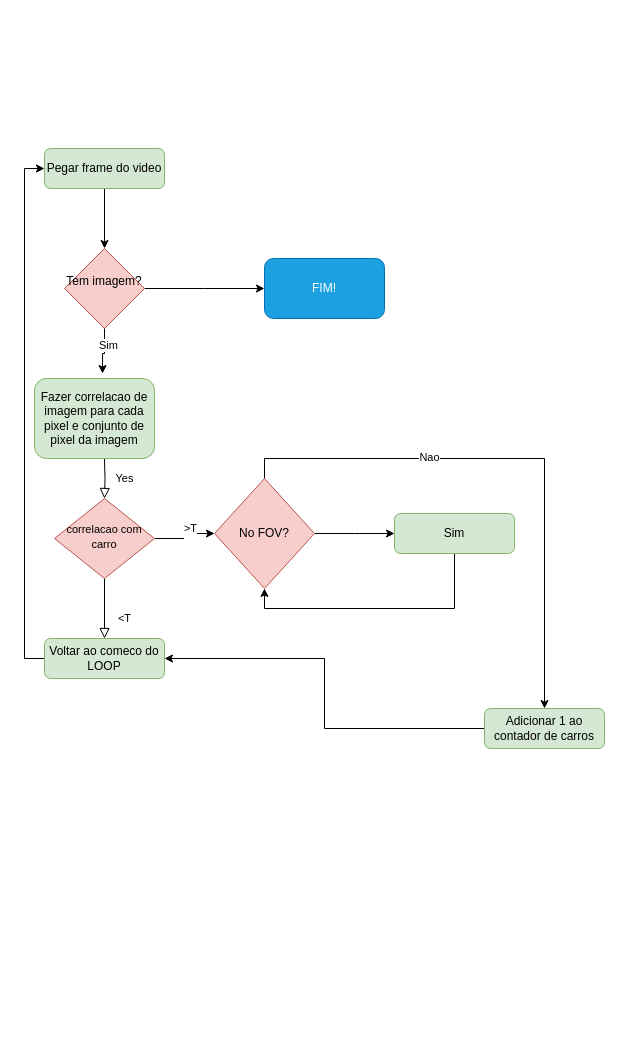
Before: sistemasEmbarcados/Resumo do Trabalho Final/Untitled Diagram.drawio in IFFluminense/Robson, a draw.io diagram. Source tidied: cells renumbered, new cells numbered last; positions are measured from the earlier drawing's top-left corner, leaving out a move shared by most shapes. Both pictures are drawn from the tidied source at 100%, with x=0, y=0 at pixel (34, 148).
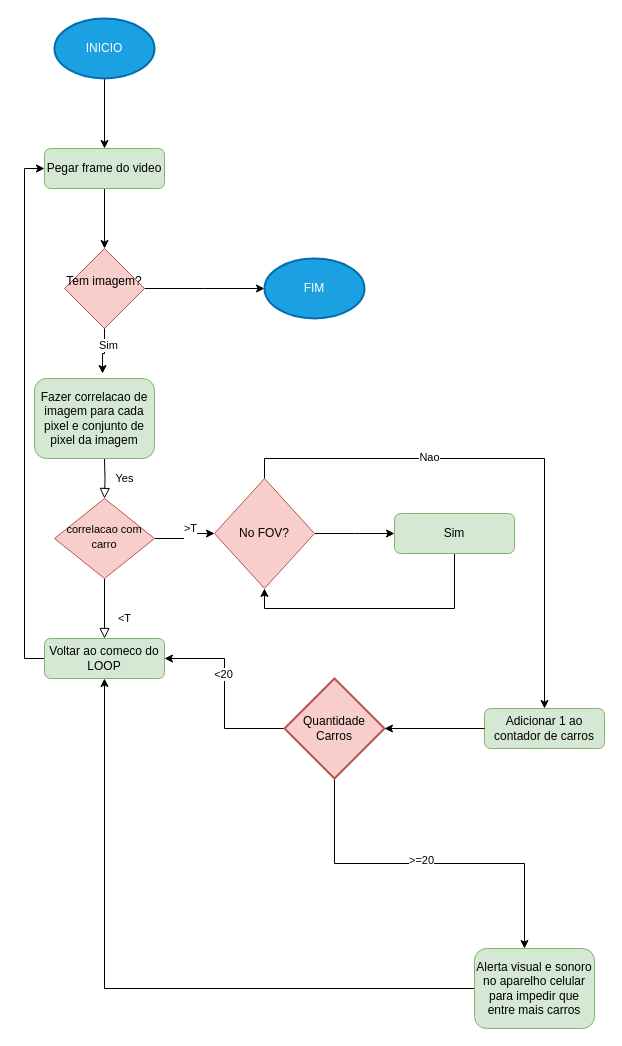
After the change.

Unchanged cells that the change refers to:
```xml
<mxCell id="3" value="Pegar frame do video" style="rounded=1;whiteSpace=wrap;html=1;fontSize=12;glass=0;strokeWidth=1;shadow=0;fillColor=#d5e8d4;strokeColor=#82b366;" parent="1" vertex="1">
  <mxGeometry x="10" width="120" height="40" as="geometry" />
</mxCell>
<mxCell id="12" value="Voltar ao comeco do LOOP" style="rounded=1;whiteSpace=wrap;html=1;fontSize=12;glass=0;strokeWidth=1;shadow=0;fillColor=#d5e8d4;strokeColor=#82b366;" parent="1" vertex="1">
  <mxGeometry x="10" y="490" width="120" height="40" as="geometry" />
</mxCell>
<mxCell id="19" value="Adicionar 1 ao contador de carros" style="rounded=1;whiteSpace=wrap;html=1;fontSize=12;glass=0;strokeWidth=1;shadow=0;fillColor=#d5e8d4;strokeColor=#82b366;" parent="1" vertex="1">
  <mxGeometry x="450" y="560" width="120" height="40" as="geometry" />
</mxCell>
```

Diff of the diagram source:
```diff
@@
-    <mxCell id="18" style="edgeStyle=orthogonalEdgeStyle;rounded=0;jettySize=auto;html=1;entryX=1;entryY=0.5;entryDx=0;entryDy=0;" parent="1" edge="1" source="19" target="12">
-      <mxGeometry relative="1" as="geometry" />
-    </mxCell>
@@
-    <mxCell id="24" value="FIM!" style="rounded=1;whiteSpace=wrap;html=1;fillColor=#1ba1e2;fontColor=#ffffff;strokeColor=#006EAF;" parent="1" vertex="1">
-      <mxGeometry x="230" y="110" width="120" height="60" as="geometry" />
-    </mxCell>
+    <mxCell id="25" value="&lt;div&gt;FIM&lt;/div&gt;" style="strokeWidth=2;html=1;shape=mxgraph.flowchart.start_1;whiteSpace=wrap;fillColor=#1ba1e2;fontColor=#ffffff;strokeColor=#006EAF;" parent="1" vertex="1">
+      <mxGeometry x="230" y="110" width="100" height="60" as="geometry" />
+    </mxCell>
+    <mxCell id="26" style="edgeStyle=orthogonalEdgeStyle;rounded=0;jettySize=auto;html=1;entryX=0.5;entryY=0;entryDx=0;entryDy=0;" parent="1" edge="1" source="27" target="3">
+      <mxGeometry relative="1" as="geometry" />
+    </mxCell>
+    <mxCell id="27" value="&lt;div&gt;INICIO&lt;/div&gt;" style="strokeWidth=2;html=1;shape=mxgraph.flowchart.start_1;whiteSpace=wrap;fillColor=#1ba1e2;fontColor=#ffffff;strokeColor=#006EAF;" parent="1" vertex="1">
+      <mxGeometry x="20" y="-130" width="100" height="60" as="geometry" />
+    </mxCell>
+    <mxCell id="28" style="edgeStyle=orthogonalEdgeStyle;rounded=0;jettySize=auto;html=1;entryX=1;entryY=0.5;entryDx=0;entryDy=0;" parent="1" edge="1" source="32" target="12">
+      <mxGeometry relative="1" as="geometry" />
+    </mxCell>
+    <mxCell id="29" value="&amp;lt;20" style="edgeLabel;html=1;align=center;verticalAlign=middle;" parent="28" vertex="1">
+      <mxGeometry x="0.21" y="2" relative="1" as="geometry" />
+    </mxCell>
+    <mxCell id="30" style="edgeStyle=orthogonalEdgeStyle;rounded=0;jettySize=auto;html=1;" parent="1" edge="1" source="32">
+      <mxGeometry relative="1" as="geometry">
+        <mxPoint x="490" y="800" as="targetPoint" />
+        <Array as="points">
+          <mxPoint x="300" y="715" />
+          <mxPoint x="490" y="715" />
+          <mxPoint x="490" y="800" />
+        </Array>
+      </mxGeometry>
+    </mxCell>
+    <mxCell id="31" value="&amp;gt;=20" style="edgeLabel;html=1;align=center;verticalAlign=middle;" parent="30" vertex="1">
+      <mxGeometry x="-0.05" y="4" relative="1" as="geometry" />
+    </mxCell>
+    <mxCell id="32" value="&lt;div&gt;Quantidade&lt;/div&gt;&lt;div&gt;Carros&lt;br&gt;&lt;/div&gt;" style="strokeWidth=2;html=1;shape=mxgraph.flowchart.decision;whiteSpace=wrap;fillColor=#f8cecc;strokeColor=#b85450;" parent="1" vertex="1">
+      <mxGeometry x="250" y="530" width="100" height="100" as="geometry" />
+    </mxCell>
+    <mxCell id="33" style="edgeStyle=orthogonalEdgeStyle;rounded=0;jettySize=auto;html=1;entryX=1;entryY=0.5;entryDx=0;entryDy=0;entryPerimeter=0;" parent="1" edge="1" source="19" target="32">
+      <mxGeometry relative="1" as="geometry" />
+    </mxCell>
+    <mxCell id="34" style="edgeStyle=orthogonalEdgeStyle;rounded=0;jettySize=auto;html=1;entryX=0.5;entryY=1;entryDx=0;entryDy=0;" parent="1" edge="1" source="35" target="12">
+      <mxGeometry relative="1" as="geometry" />
+    </mxCell>
+    <mxCell id="35" value="&lt;div&gt;Alerta visual e sonoro no aparelho celular&lt;/div&gt;&lt;div&gt;para impedir que entre mais carros&lt;br&gt;&lt;/div&gt;" style="rounded=1;whiteSpace=wrap;html=1;fontSize=12;glass=0;strokeWidth=1;shadow=0;fillColor=#d5e8d4;strokeColor=#82b366;" parent="1" vertex="1">
+      <mxGeometry x="440" y="800" width="120" height="80" as="geometry" />
+    </mxCell>
```
